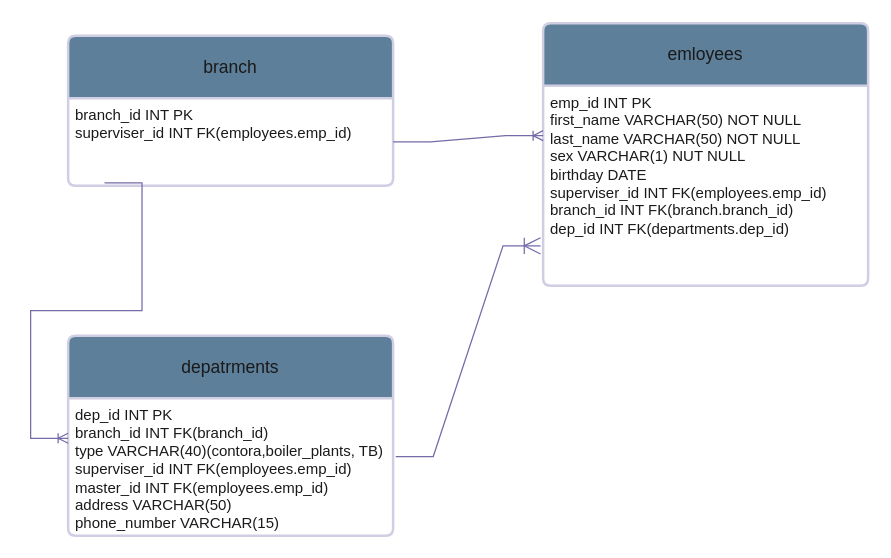
This is BoilerPlant.drawio from vittal94/ER-Diagrams, a draw.io file, before an edit. Source tidied: cells renumbered, new cells numbered last; positions are measured from the earlier drawing's top-left corner, leaving out a move shared by most shapes. Both pictures are drawn from the tidied source at 125%, with x=0, y=0 at pixel (68, 22).
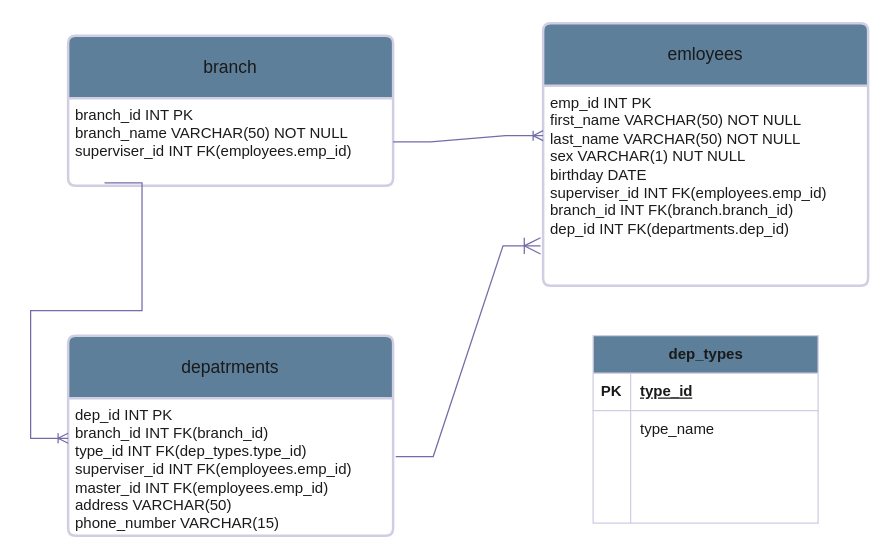
Above is the later version.

The change refers to these unchanged cells:
```xml
<mxCell id="3" value="emp_id INT PK&lt;br&gt;first_name VARCHAR(50) NOT NULL&lt;div&gt;last_name VARCHAR(50) NOT NULL&lt;/div&gt;&lt;div&gt;sex VARCHAR(1) NUT NULL&lt;/div&gt;&lt;div&gt;birthday DATE&lt;/div&gt;&lt;div&gt;superviser_id INT FK(employees.emp_id)&lt;/div&gt;&lt;div&gt;branch_id INT FK(branch.branch_id)&lt;/div&gt;&lt;div&gt;dep_id INT FK(departments.dep_id)&lt;/div&gt;" style="align=left;strokeColor=none;fillColor=none;spacingLeft=4;fontSize=12;verticalAlign=top;html=1;labelBackgroundColor=none;fontColor=#1A1A1A;" parent="2" vertex="1">
  <mxGeometry y="50" width="260" height="160" as="geometry" />
</mxCell>
<mxCell id="4" value="branch" style="swimlane;horizontal=1;startSize=50;rounded=1;fontSize=14;fontStyle=0;strokeWidth=2;shadow=0;dashed=0;align=center;arcSize=4;whiteSpace=wrap;html=1;strokeColor=#D0CEE2;fontColor=#1A1A1A;fillColor=#5D7F99;labelBackgroundColor=none;" parent="1" vertex="1">
  <mxGeometry y="10" width="260" height="120" as="geometry" />
</mxCell>
<mxCell id="6" value="depatrments" style="swimlane;horizontal=1;startSize=50;rounded=1;fontSize=14;fontStyle=0;strokeWidth=2;shadow=0;dashed=0;align=center;arcSize=4;whiteSpace=wrap;html=1;strokeColor=#D0CEE2;fontColor=#1A1A1A;fillColor=#5D7F99;labelBackgroundColor=none;" parent="1" vertex="1">
  <mxGeometry y="250" width="260" height="160" as="geometry" />
</mxCell>
```

Diff of the diagram source:
```diff
@@
-    <mxCell id="5" value="branch_id INT PK&lt;br&gt;superviser_id INT FK(employees.emp_id)&lt;div&gt;&lt;br/&gt;&lt;/div&gt;" style="align=left;strokeColor=none;fillColor=none;spacingLeft=4;fontSize=12;verticalAlign=top;html=1;fontColor=#1A1A1A;labelBackgroundColor=none;" parent="4" vertex="1">
+    <mxCell id="5" value="branch_id INT PK&lt;div&gt;branch_name VARCHAR(50) NOT NULL&lt;br&gt;superviser_id INT FK(employees.emp_id)&lt;div&gt;&lt;br&gt;&lt;/div&gt;&lt;/div&gt;" style="align=left;strokeColor=none;fillColor=none;spacingLeft=4;fontSize=12;verticalAlign=top;html=1;fontColor=#1A1A1A;labelBackgroundColor=none;" parent="4" vertex="1">
       <mxGeometry y="50" width="260" height="70" as="geometry" />
     </mxCell>
@@
-    <mxCell id="7" value="dep_id INT PK&lt;div&gt;branch_id INT FK(branch_id)&lt;br&gt;&lt;div&gt;type VARCHAR(40)(contora,boiler_plants, TB)&lt;br&gt;superviser_id INT FK(employees.emp_id)&lt;br&gt;master_id INT FK(employees.emp_id)&lt;div&gt;address VARCHAR(50)&lt;/div&gt;&lt;div&gt;phone_number VARCHAR(15)&lt;/div&gt;&lt;/div&gt;&lt;/div&gt;" style="align=left;strokeColor=none;fillColor=none;spacingLeft=4;fontSize=12;verticalAlign=top;html=1;fontColor=#1A1A1A;labelBackgroundColor=none;" parent="6" vertex="1">
+    <mxCell id="7" value="dep_id INT PK&lt;div&gt;branch_id INT FK(branch_id)&lt;br&gt;&lt;div&gt;type_id INT FK(dep_types.type_id)&lt;br&gt;superviser_id INT FK(employees.emp_id)&lt;br&gt;master_id INT FK(employees.emp_id)&lt;div&gt;address VARCHAR(50)&lt;/div&gt;&lt;div&gt;phone_number VARCHAR(15)&lt;/div&gt;&lt;/div&gt;&lt;/div&gt;" style="align=left;strokeColor=none;fillColor=none;spacingLeft=4;fontSize=12;verticalAlign=top;html=1;fontColor=#1A1A1A;labelBackgroundColor=none;" parent="6" vertex="1">
       <mxGeometry y="50" width="260" height="110" as="geometry" />
     </mxCell>
-    <mxCell id="8" style="edgeStyle=entityRelationEdgeStyle;fontSize=12;html=1;endArrow=ERoneToMany;rounded=0;strokeColor=#736CA8;fontColor=#1A1A1A;entryX=0;entryY=0.25;entryDx=0;entryDy=0;" parent="1" edge="1" source="5" target="3">
+    <mxCell id="8" style="edgeStyle=entityRelationEdgeStyle;fontSize=12;html=1;endArrow=ERoneToMany;rounded=0;strokeColor=#736CA8;fontColor=default;entryX=0;entryY=0.25;entryDx=0;entryDy=0;labelBackgroundColor=none;" parent="1" edge="1" source="5" target="3">
       <mxGeometry relative="1" as="geometry" />
     </mxCell>
-    <mxCell id="9" style="edgeStyle=entityRelationEdgeStyle;fontSize=12;html=1;endArrow=ERoneToMany;rounded=0;strokeColor=#736CA8;fontColor=#1A1A1A;exitX=1.008;exitY=0.425;exitDx=0;exitDy=0;exitPerimeter=0;entryX=-0.008;entryY=0.801;entryDx=0;entryDy=0;entryPerimeter=0;endSize=11;startSize=12;" parent="1" edge="1" source="7" target="3">
+    <mxCell id="9" style="edgeStyle=entityRelationEdgeStyle;fontSize=12;html=1;endArrow=ERoneToMany;rounded=0;strokeColor=#736CA8;fontColor=default;exitX=1.008;exitY=0.425;exitDx=0;exitDy=0;exitPerimeter=0;entryX=-0.008;entryY=0.801;entryDx=0;entryDy=0;entryPerimeter=0;endSize=11;startSize=12;labelBackgroundColor=none;" parent="1" edge="1" source="7" target="3">
       <mxGeometry relative="1" as="geometry" />
     </mxCell>
-    <mxCell id="10" style="edgeStyle=entityRelationEdgeStyle;fontSize=12;html=1;endArrow=ERoneToMany;rounded=0;strokeColor=#736CA8;fontColor=#1A1A1A;exitX=0.112;exitY=0.968;exitDx=0;exitDy=0;exitPerimeter=0;entryX=0.998;entryY=0.309;entryDx=0;entryDy=0;entryPerimeter=0;" parent="1" edge="1" source="5">
+    <mxCell id="10" style="edgeStyle=entityRelationEdgeStyle;fontSize=12;html=1;endArrow=ERoneToMany;rounded=0;strokeColor=#736CA8;fontColor=default;exitX=0.112;exitY=0.968;exitDx=0;exitDy=0;exitPerimeter=0;entryX=0.998;entryY=0.309;entryDx=0;entryDy=0;entryPerimeter=0;labelBackgroundColor=none;" parent="1" edge="1" source="5">
       <mxGeometry relative="1" as="geometry">
         <mxPoint y="332.1" as="targetPoint" />
       </mxGeometry>
     </mxCell>
+    <mxCell id="11" value="dep_types" style="shape=table;startSize=30;childLayout=tableLayout;rowLines=0;fontStyle=1;align=center;html=1;strokeColor=#D0CEE2;fontColor=#1A1A1A;fillColor=#5D7F99;" parent="1" vertex="1">
+      <mxGeometry x="420" y="250" width="180" height="150" as="geometry" />
+    </mxCell>
+    <mxCell id="12" style="shape=tableRow;horizontal=0;startSize=0;swimlaneHead=0;swimlaneBody=0;fillColor=none;top=0;left=0;right=0;bottom=1;strokeColor=#D0CEE2;fontColor=#1A1A1A;" parent="11" vertex="1">
+      <mxGeometry y="30" width="180" height="30" as="geometry" />
+    </mxCell>
+    <mxCell id="13" value="PK" style="shape=partialRectangle;fillColor=none;top=0;left=0;bottom=0;right=0;fontStyle=1;overflow=hidden;whiteSpace=wrap;html=1;strokeColor=#D0CEE2;fontColor=#1A1A1A;" parent="12" vertex="1">
+      <mxGeometry width="30" height="30" as="geometry" />
+    </mxCell>
+    <mxCell id="14" value="type_id" style="shape=partialRectangle;fillColor=none;top=0;left=0;bottom=0;right=0;align=left;spacingLeft=6;fontStyle=5;overflow=hidden;whiteSpace=wrap;html=1;strokeColor=#D0CEE2;fontColor=#1A1A1A;" parent="12" vertex="1">
+      <mxGeometry x="30" width="150" height="30" as="geometry" />
+    </mxCell>
+    <mxCell id="15" style="shape=tableRow;horizontal=0;startSize=0;swimlaneHead=0;swimlaneBody=0;fillColor=none;top=0;left=0;right=0;bottom=0;strokeColor=#D0CEE2;fontColor=#1A1A1A;" parent="11" vertex="1">
+      <mxGeometry y="60" width="180" height="30" as="geometry" />
+    </mxCell>
+    <mxCell id="16" style="shape=partialRectangle;fillColor=none;top=0;left=0;bottom=0;right=0;overflow=hidden;whiteSpace=wrap;html=1;strokeColor=#D0CEE2;fontColor=#1A1A1A;" parent="15" vertex="1">
+      <mxGeometry width="30" height="30" as="geometry" />
+    </mxCell>
+    <mxCell id="17" value="type_name" style="shape=partialRectangle;fillColor=none;top=0;left=0;bottom=0;right=0;align=left;spacingLeft=6;overflow=hidden;whiteSpace=wrap;html=1;strokeColor=#D0CEE2;fontColor=#1A1A1A;" parent="15" vertex="1">
+      <mxGeometry x="30" width="150" height="30" as="geometry" />
+    </mxCell>
+    <mxCell id="18" style="shape=tableRow;horizontal=0;startSize=0;swimlaneHead=0;swimlaneBody=0;fillColor=none;top=0;left=0;right=0;bottom=0;strokeColor=#D0CEE2;fontColor=#1A1A1A;" parent="11" vertex="1">
+      <mxGeometry y="90" width="180" height="30" as="geometry" />
+    </mxCell>
+    <mxCell id="19" style="shape=partialRectangle;fillColor=none;top=0;left=0;bottom=0;right=0;overflow=hidden;whiteSpace=wrap;html=1;strokeColor=#D0CEE2;fontColor=#1A1A1A;" parent="18" vertex="1">
+      <mxGeometry width="30" height="30" as="geometry" />
+    </mxCell>
+    <mxCell id="20" style="shape=partialRectangle;fillColor=none;top=0;left=0;bottom=0;right=0;align=left;spacingLeft=6;overflow=hidden;whiteSpace=wrap;html=1;strokeColor=#D0CEE2;fontColor=#1A1A1A;" parent="18" vertex="1">
+      <mxGeometry x="30" width="150" height="30" as="geometry" />
+    </mxCell>
+    <mxCell id="21" style="shape=tableRow;horizontal=0;startSize=0;swimlaneHead=0;swimlaneBody=0;fillColor=none;top=0;left=0;right=0;bottom=0;strokeColor=#D0CEE2;fontColor=#1A1A1A;" parent="11" vertex="1">
+      <mxGeometry y="120" width="180" height="30" as="geometry" />
+    </mxCell>
+    <mxCell id="22" style="shape=partialRectangle;fillColor=none;top=0;left=0;bottom=0;right=0;overflow=hidden;whiteSpace=wrap;html=1;strokeColor=#D0CEE2;fontColor=#1A1A1A;" parent="21" vertex="1">
+      <mxGeometry width="30" height="30" as="geometry" />
+    </mxCell>
+    <mxCell id="23" style="shape=partialRectangle;fillColor=none;top=0;left=0;bottom=0;right=0;align=left;spacingLeft=6;overflow=hidden;whiteSpace=wrap;html=1;strokeColor=#D0CEE2;fontColor=#1A1A1A;" parent="21" vertex="1">
+      <mxGeometry x="30" width="150" height="30" as="geometry" />
+    </mxCell>
```
